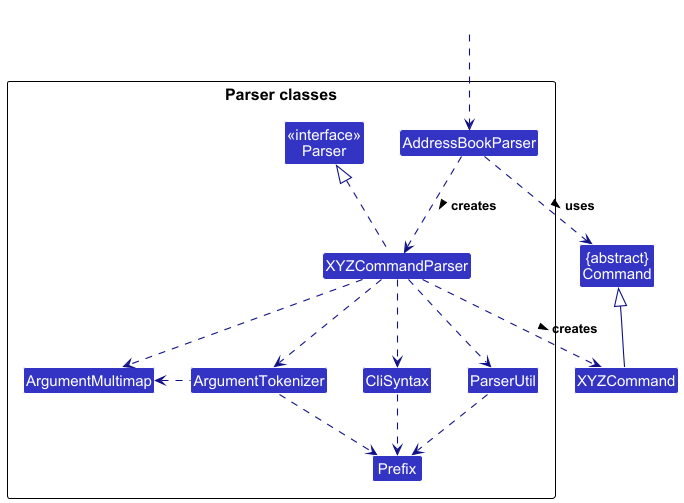
This is docs/images/ParserClasses.png from nus-cs2103-AY2425S1/tp, a PlantUML export, as it was before one commit.
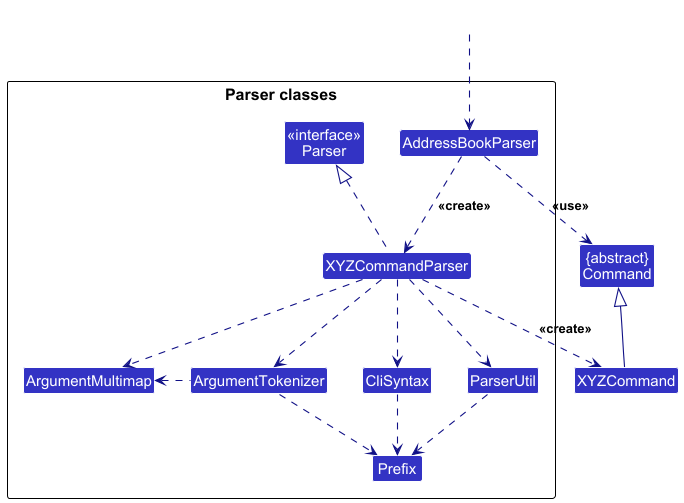
After the commit.

Commit message:
Revert diagram changes

Change to the diagram source:
```diff
@@ -21,10 +21,10 @@
 Class HiddenOutside #FFFFFF
 HiddenOutside ..> AddressBookParser
 
-AddressBookParser .down.> XYZCommandParser: creates >
+AddressBookParser .down.> XYZCommandParser: <<create>>
 
-XYZCommandParser ..> XYZCommand : creates >
-AddressBookParser ..> Command : uses >
+XYZCommandParser ..> XYZCommand : <<create>>
+AddressBookParser ..> Command : <<use>>
 XYZCommandParser .up.|> Parser
 XYZCommandParser ..> ArgumentMultimap
 XYZCommandParser ..> ArgumentTokenizer
```
